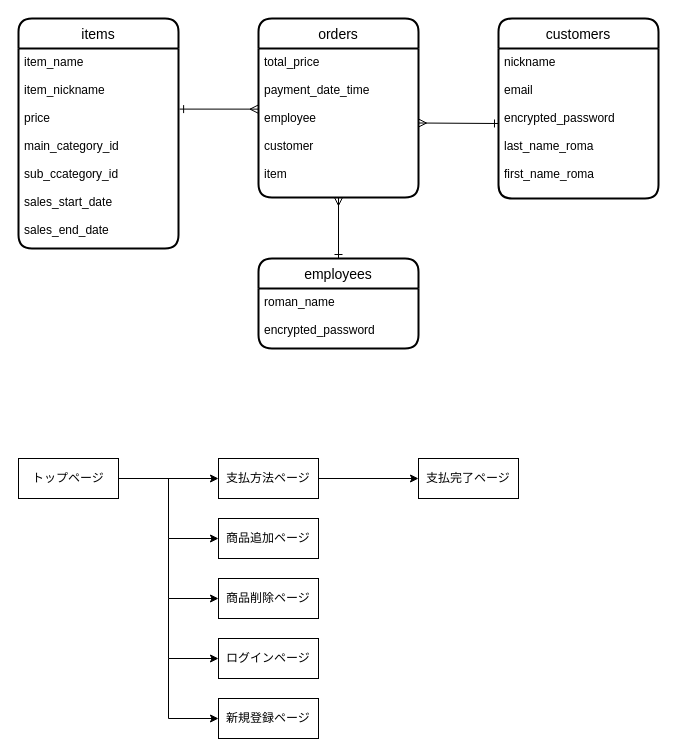
kazami1066/PlainCashRegister keeps this draw.io diagram as pcr.dio. Above is the earlier version. Source tidied: cells renumbered, new cells numbered last; positions are measured from the earlier drawing's top-left corner, leaving out a move shared by most shapes. Both pictures are drawn from the tidied source at 100%, with x=0, y=0 at pixel (18, 18).
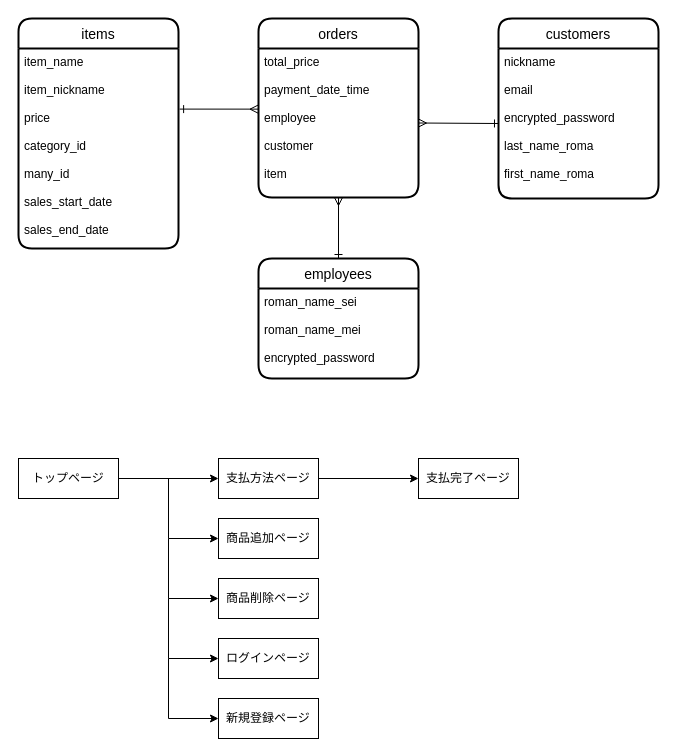
After the change.

Unchanged cells that the change refers to:
```xml
<mxCell id="2" value="items" style="swimlane;horizontal=1;startSize=30;rounded=1;fontSize=14;fontStyle=0;strokeWidth=2;shadow=0;dashed=0;align=center;" parent="1" vertex="1">
  <mxGeometry width="160" height="230" as="geometry" />
</mxCell>
```

Change to the diagram source:
```diff
@@
-    <mxCell id="3" value="item_name&#10;&#10;item_nickname&#10;&#10;price&#10;&#10;main_category_id&#10;&#10;sub_ccategory_id&#10;&#10;sales_start_date&#10;&#10;sales_end_date" style="align=left;strokeColor=none;fillColor=none;spacingLeft=4;fontSize=12;verticalAlign=top;" parent="2" vertex="1">
+    <mxCell id="3" value="item_name&#10;&#10;item_nickname&#10;&#10;price&#10;&#10;category_id&#10;&#10;many_id&#10;&#10;sales_start_date&#10;&#10;sales_end_date" style="align=left;strokeColor=none;fillColor=none;spacingLeft=4;fontSize=12;verticalAlign=top;" parent="2" vertex="1">
       <mxGeometry y="30" width="160" height="200" as="geometry" />
     </mxCell>
@@
     <mxCell id="7" value="employees" style="swimlane;horizontal=1;startSize=30;rounded=1;fontSize=14;fontStyle=0;strokeWidth=2;shadow=0;dashed=0;align=center;" parent="1" vertex="1">
-      <mxGeometry x="240" y="240" width="160" height="90" as="geometry" />
+      <mxGeometry x="240" y="240" width="160" height="120" as="geometry" />
     </mxCell>
-    <mxCell id="8" value="roman_name&#10;&#10;encrypted_password&#10;&#10;" style="align=left;strokeColor=none;fillColor=none;spacingLeft=4;fontSize=12;verticalAlign=top;" parent="7" vertex="1">
-      <mxGeometry y="30" width="160" height="60" as="geometry" />
+    <mxCell id="8" value="roman_name_sei&#10;&#10;roman_name_mei&#10;&#10;encrypted_password&#10;&#10;" style="align=left;strokeColor=none;fillColor=none;spacingLeft=4;fontSize=12;verticalAlign=top;" parent="7" vertex="1">
+      <mxGeometry y="30" width="160" height="90" as="geometry" />
     </mxCell>
```
